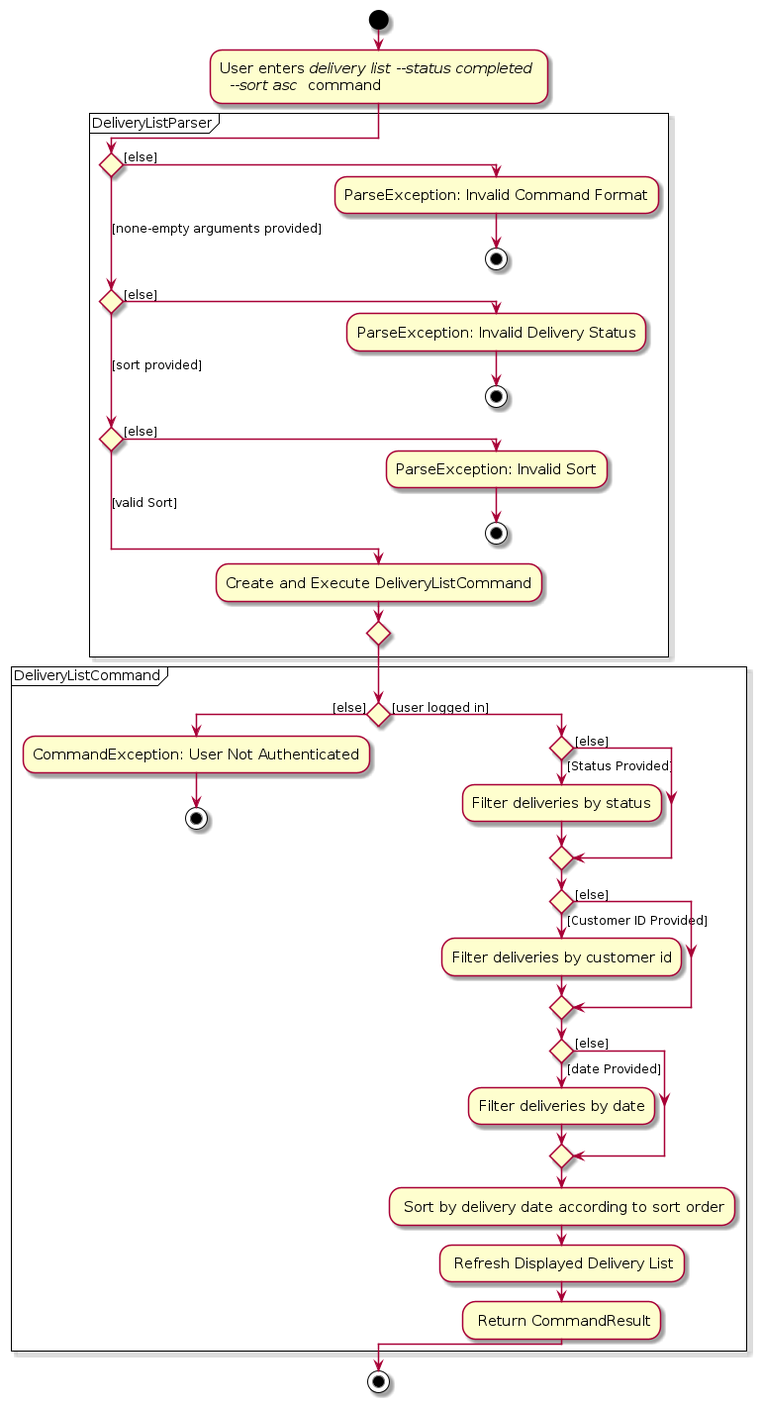
This is diagrams/implementation/delivery/DeliveryListActivityDiagram.png from zhonghan721/tp, a PlantUML export, as it was before one commit. Its source is kept beside it as diagrams/implementation/delivery/DeliveryListActivityDiagram.puml. Source of this version:
```plantuml
@startuml
skin rose
skinparam ActivityFontSize 15
skinparam ArrowFontSize 12

!pragma useVerticalIf on
start
:User enters <i>delivery list --status completed \n <i> --sort asc </i> command;
partition DeliveryListParser {
    if () then ([else])
        :ParseException: Invalid Command Format;
        stop
    ([none-empty arguments provided]) elseif () then ([else])
        :ParseException: Invalid Delivery Status;
        stop
    ([sort provided]) elseif () then ([else])
        :ParseException: Invalid Sort;
        stop
    else ([valid Sort])
        :Create and Execute DeliveryListCommand;
        endif
}

partition DeliveryListCommand {
    if () then ([else])
        :CommandException: User Not Authenticated;
        stop
    else ([user logged in])

    if () then ([Status Provided])
        :Filter deliveries by status;
    else ([else])
    endif

    if () then ([Customer ID Provided])
        :Filter deliveries by customer id;
    else ([else])
    endif

    if () then ([date Provided])
        :Filter deliveries by date;
    else ([else])
    endif
        : Sort by delivery date according to sort order;
        : Refresh Displayed Delivery List;
        : Return CommandResult;
    endif

}

stop

@enduml
```
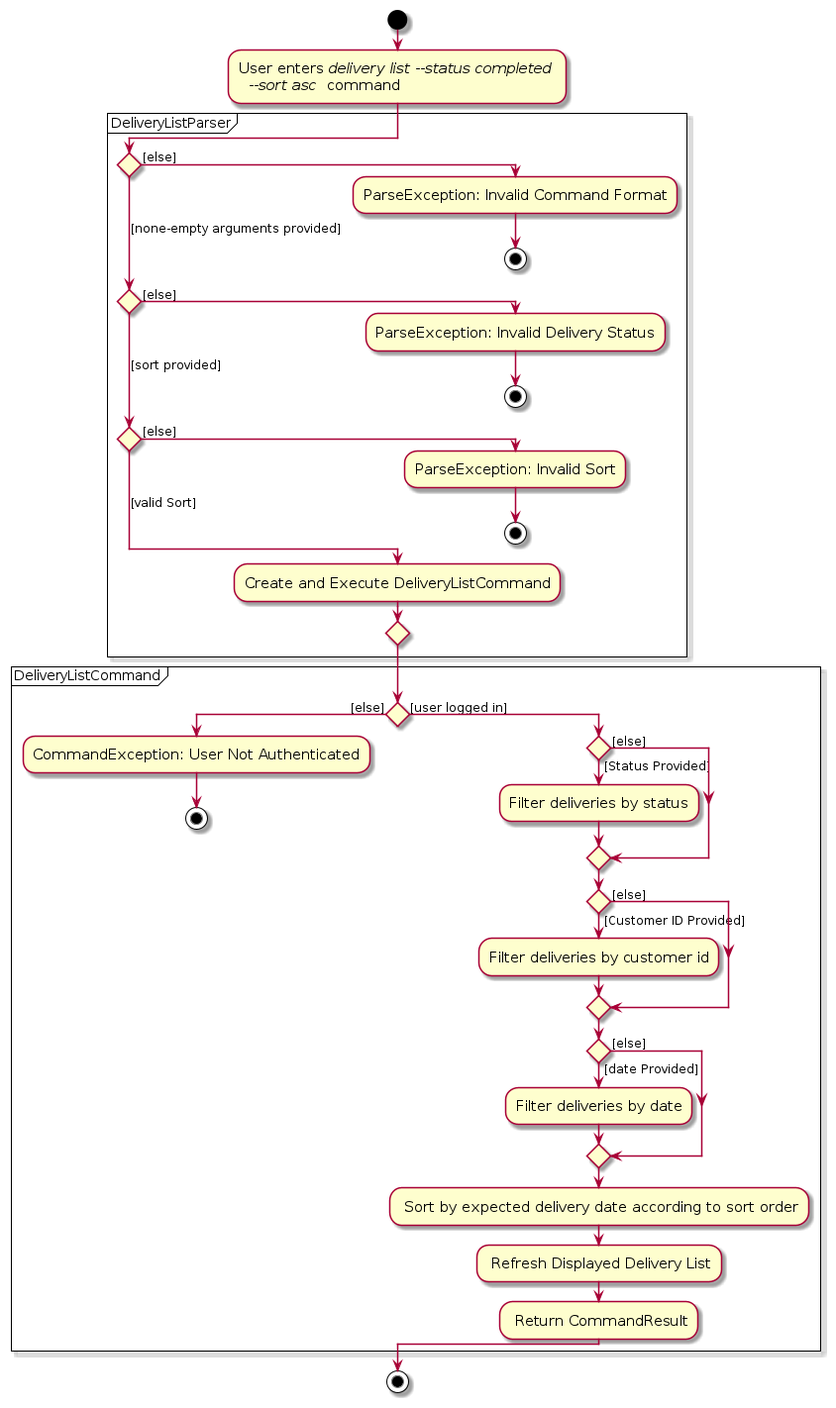
Above is the later version.

The edit, as a diff of the source:
```diff
@@ -41,7 +41,7 @@
         :Filter deliveries by date;
     else ([else])
     endif
-        : Sort by delivery date according to sort order;
+        : Sort by expected delivery date according to sort order;
         : Refresh Displayed Delivery List;
         : Return CommandResult;
     endif
```
